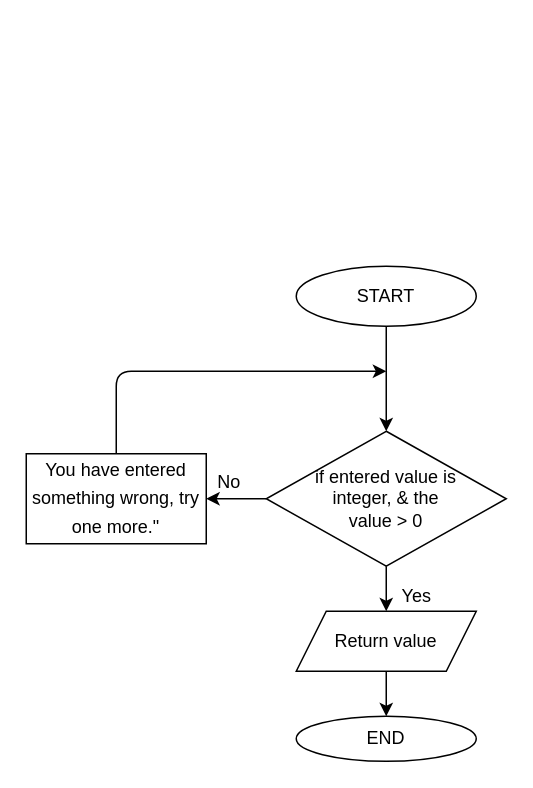
The draw.io diagram guess_the_number/BlockDiagram/RequestNumber.drawio in AbubakirovRA/Homework-HelloCode, before the edit. Source tidied: cells renumbered, new cells numbered last; positions are measured from the earlier drawing's top-left corner, leaving out a move shared by most shapes. Both pictures are drawn from the tidied source at 150%, with x=0, y=0 at pixel (26, 266).
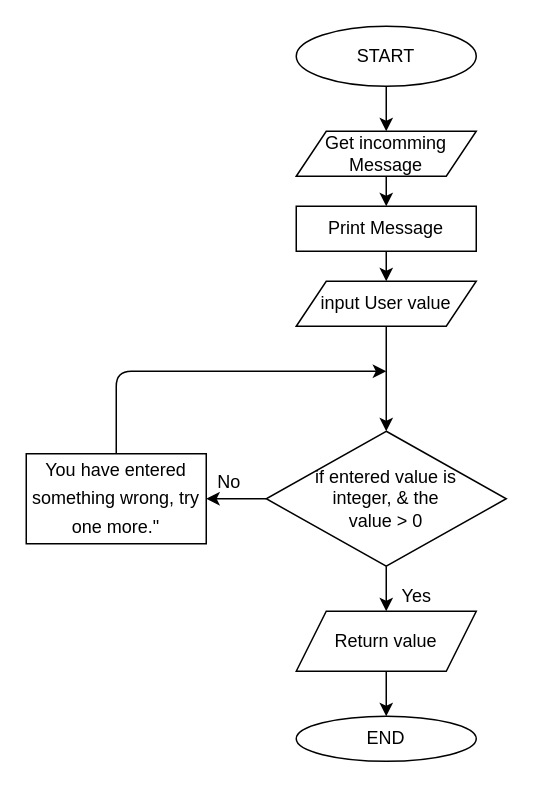
The same page after the edit.

Commit message (it also covers changes not shown here):
add diagramm requestnumber change

Unchanged cells that the change refers to:
```xml
<mxCell id="6" value="if entered value is &lt;br&gt;integer, &amp;amp; the &lt;br&gt;value &amp;gt; 0" style="rhombus;whiteSpace=wrap;html=1;" parent="1" vertex="1">
  <mxGeometry x="160" y="110" width="160" height="90" as="geometry" />
</mxCell>
```

What changed in the source:
```diff
@@
-    <mxCell id="2" style="edgeStyle=none;html=1;" parent="1" edge="1" source="3" target="6">
-      <mxGeometry relative="1" as="geometry" />
-    </mxCell>
+    <mxCell id="14" style="edgeStyle=none;html=1;" parent="1" edge="1" source="3" target="16">
+      <mxGeometry relative="1" as="geometry" />
+    </mxCell>
     <mxCell id="3" value="START" style="ellipse;whiteSpace=wrap;html=1;" parent="1" vertex="1">
-      <mxGeometry x="180" width="120" height="40" as="geometry" />
+      <mxGeometry x="180" y="-160" width="120" height="40" as="geometry" />
     </mxCell>
@@
+    <mxCell id="15" style="edgeStyle=none;html=1;" parent="1" edge="1" source="16" target="18">
+      <mxGeometry relative="1" as="geometry" />
+    </mxCell>
+    <mxCell id="16" value="Get incomming Message" style="shape=parallelogram;perimeter=parallelogramPerimeter;whiteSpace=wrap;html=1;fixedSize=1;" parent="1" vertex="1">
+      <mxGeometry x="180" y="-90" width="120" height="30" as="geometry" />
+    </mxCell>
+    <mxCell id="17" style="edgeStyle=none;html=1;" parent="1" edge="1" source="18" target="20">
+      <mxGeometry relative="1" as="geometry" />
+    </mxCell>
+    <mxCell id="18" value="Print Message" style="whiteSpace=wrap;html=1;" parent="1" vertex="1">
+      <mxGeometry x="180" y="-40" width="120" height="30" as="geometry" />
+    </mxCell>
+    <mxCell id="19" style="edgeStyle=none;html=1;" parent="1" edge="1" source="20" target="6">
+      <mxGeometry relative="1" as="geometry" />
+    </mxCell>
+    <mxCell id="20" value="input User value" style="shape=parallelogram;perimeter=parallelogramPerimeter;whiteSpace=wrap;html=1;fixedSize=1;" parent="1" vertex="1">
+      <mxGeometry x="180" y="10" width="120" height="30" as="geometry" />
+    </mxCell>
```
